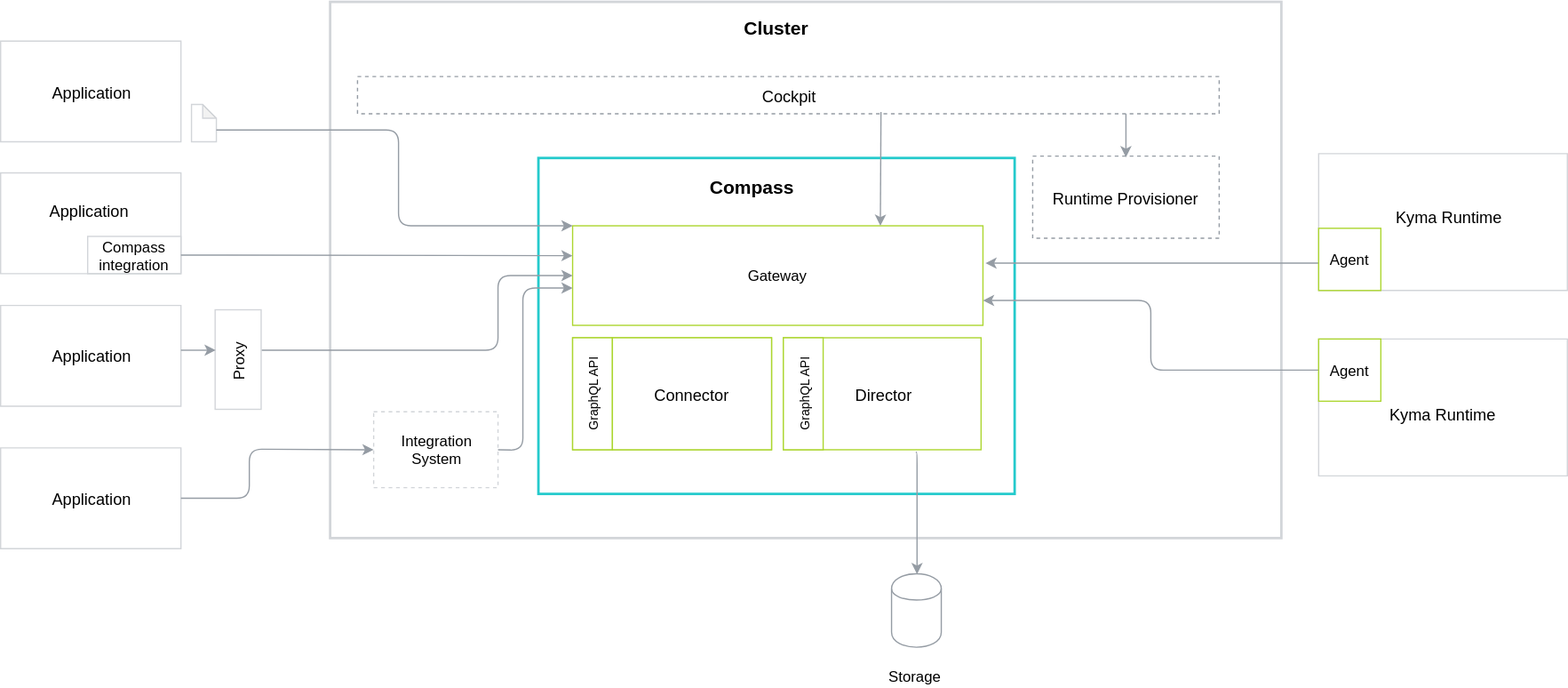
The draw.io diagram docs/compass/assets/components.svg in kyma-project/kyma, before a commit. Source tidied: cells renumbered, new cells last; positions are measured from the earlier drawing's top-left corner, leaving out a move shared by most shapes.
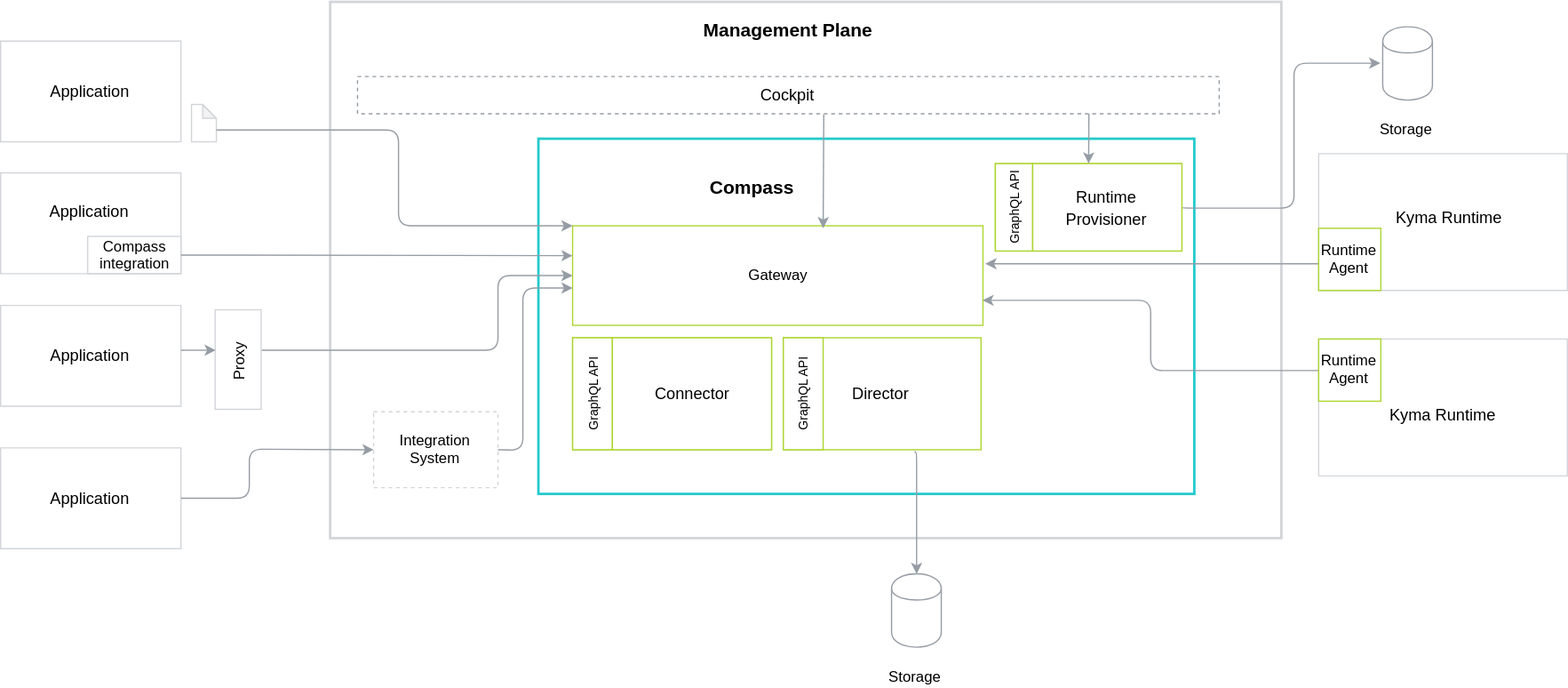
After the commit.

The edit, as a diff of the source:
```diff
@@ -6,7 +6,7 @@
       <mxGeometry x="265" width="765" height="431" as="geometry" />
     </mxCell>
     <mxCell id="3" style="rounded=0;whiteSpace=wrap;html=1;labelBackgroundColor=none;strokeColor=#24CACC;strokeWidth=2;fillColor=#FFFFFF;gradientColor=none;fontFamily=Helvetica;fontSize=15;fontColor=#000000;" parent="1" vertex="1">
-      <mxGeometry x="432.5" y="125.5" width="383" height="270" as="geometry" />
+      <mxGeometry x="432.5" y="110" width="527.5" height="285.5" as="geometry" />
     </mxCell>
     <mxCell id="4" style="group;strokeColor=#ACD62F;" parent="1" vertex="1">
       <mxGeometry x="460" y="270" width="160" height="90" as="geometry" />
@@ -32,8 +32,8 @@
     <mxCell id="11" value="&lt;font style=&quot;font-size: 13px&quot;&gt;Cockpit&lt;br&gt;&lt;/font&gt;" style="rounded=0;whiteSpace=wrap;html=1;labelBackgroundColor=none;strokeColor=#959CA4;strokeWidth=1;fillColor=#FFFFFF;gradientColor=none;fontFamily=Helvetica;fontSize=15;fontColor=#000000;dashed=1;" parent="1" vertex="1">
       <mxGeometry x="287" y="60" width="693" height="30" as="geometry" />
     </mxCell>
-    <mxCell id="12" value="&lt;b&gt;Cluster&lt;br&gt;&lt;/b&gt;" style="text;html=1;strokeColor=none;fillColor=none;align=center;verticalAlign=middle;whiteSpace=wrap;rounded=0;labelBackgroundColor=none;fontFamily=Helvetica;fontSize=15;fontColor=#000000;" parent="1" vertex="1">
-      <mxGeometry x="555" y="2.5" width="138" height="37" as="geometry" />
+    <mxCell id="12" value="&lt;b&gt;Management Plane&lt;br&gt;&lt;/b&gt;" style="text;html=1;strokeColor=none;fillColor=none;align=center;verticalAlign=middle;whiteSpace=wrap;rounded=0;labelBackgroundColor=none;fontFamily=Helvetica;fontSize=15;fontColor=#000000;" parent="1" vertex="1">
+      <mxGeometry x="555" y="3" width="155" height="37" as="geometry" />
     </mxCell>
     <mxCell id="13" style="edgeStyle=orthogonalEdgeStyle;jettySize=auto;html=1;entryX=0.5;entryY=0;entryDx=0;entryDy=0;startFill=0;strokeColor=#959CA4;strokeWidth=1;fontSize=15;exitX=0.67;exitY=1.017;exitDx=0;exitDy=0;exitPerimeter=0;" parent="1" edge="1" source="18" target="9">
       <mxGeometry relative="1" as="geometry">
@@ -42,9 +42,6 @@
         </Array>
       </mxGeometry>
     </mxCell>
-    <mxCell id="14" value="&lt;font style=&quot;font-size: 13px&quot;&gt;Runtime Provisioner&lt;br&gt;&lt;/font&gt;" style="rounded=0;whiteSpace=wrap;html=1;labelBackgroundColor=none;strokeColor=#959CA4;strokeWidth=1;fillColor=#FFFFFF;gradientColor=none;fontFamily=Helvetica;fontSize=15;fontColor=#000000;dashed=1;" parent="1" vertex="1">
-      <mxGeometry x="830" y="124" width="150" height="66" as="geometry" />
-    </mxCell>
     <mxCell id="15" value="&lt;font style=&quot;font-size: 13px&quot;&gt;Application&lt;/font&gt;" style="shape=parallelogram;perimeter=parallelogramPerimeter;whiteSpace=wrap;html=1;size=0;strokeColor=#D2D5D9;" parent="1" vertex="1">
       <mxGeometry y="31.5" width="145" height="81" as="geometry" />
     </mxCell>
@@ -121,11 +118,6 @@
         </Array>
       </mxGeometry>
     </mxCell>
-    <mxCell id="32" style="endArrow=classic;html=1;strokeColor=#959CA4;entryX=0.75;entryY=0;entryDx=0;entryDy=0;" parent="1" edge="1" target="17">
-      <mxGeometry relative="1" as="geometry">
-        <mxPoint x="708" y="88.5" as="sourcePoint" />
-      </mxGeometry>
-    </mxCell>
     <mxCell id="33" style="endArrow=classic;html=1;strokeColor=#959CA4;" parent="1" edge="1">
       <mxGeometry relative="1" as="geometry">
         <mxPoint x="145" y="280" as="sourcePoint" />
@@ -144,13 +136,13 @@
     <mxCell id="37" style="edgeStyle=orthogonalEdgeStyle;rounded=1;jettySize=auto;html=1;exitX=0;exitY=0.56;exitDx=0;exitDy=0;strokeColor=#959CA4;entryX=1.006;entryY=0.375;entryDx=0;entryDy=0;entryPerimeter=0;exitPerimeter=0;" parent="1" edge="1" source="38" target="17">
       <mxGeometry relative="1" as="geometry" />
     </mxCell>
-    <mxCell id="38" value="Agent" style="whiteSpace=wrap;html=1;strokeColor=#ACD62F;" parent="1" vertex="1">
+    <mxCell id="38" value="Runtime Agent" style="whiteSpace=wrap;html=1;strokeColor=#ACD62F;" parent="1" vertex="1">
       <mxGeometry x="1060" y="182" width="50" height="50" as="geometry" />
     </mxCell>
     <mxCell id="39" style="edgeStyle=orthogonalEdgeStyle;rounded=1;jettySize=auto;html=1;exitX=0;exitY=0.5;exitDx=0;exitDy=0;entryX=1;entryY=0.75;entryDx=0;entryDy=0;strokeColor=#959CA4;" parent="1" edge="1" source="40" target="17">
       <mxGeometry relative="1" as="geometry" />
     </mxCell>
-    <mxCell id="40" value="Agent" style="whiteSpace=wrap;html=1;strokeColor=#ACD62F;" parent="1" vertex="1">
+    <mxCell id="40" value="Runtime &lt;br&gt;Agent" style="whiteSpace=wrap;html=1;strokeColor=#ACD62F;" parent="1" vertex="1">
       <mxGeometry x="1060" y="271" width="50" height="50" as="geometry" />
     </mxCell>
     <mxCell id="41" value="&lt;font style=&quot;font-size: 13px&quot;&gt;Kyma Runtime&lt;/font&gt;" style="text;html=1;strokeColor=none;fillColor=none;align=center;verticalAlign=middle;whiteSpace=wrap;rounded=0;" parent="1" vertex="1">
@@ -159,10 +151,45 @@
     <mxCell id="42" value="&lt;font style=&quot;font-size: 13px&quot;&gt;Kyma Runtime&lt;/font&gt;" style="text;html=1;strokeColor=none;fillColor=none;align=center;verticalAlign=middle;whiteSpace=wrap;rounded=0;" parent="1" vertex="1">
       <mxGeometry x="1110" y="321" width="100" height="20" as="geometry" />
     </mxCell>
-    <mxCell id="43" style="endArrow=classic;html=1;strokeColor=#959CA4;entryX=0.5;entryY=0.015;entryDx=0;entryDy=0;entryPerimeter=0;" parent="1" edge="1" target="14">
-      <mxGeometry relative="1" as="geometry">
-        <mxPoint x="905" y="90" as="sourcePoint" />
-      </mxGeometry>
-    </mxCell>
+    <mxCell id="44" style="endArrow=classic;html=1;strokeColor=#959CA4;entryX=0.75;entryY=0;entryDx=0;entryDy=0;" parent="1" edge="1">
+      <mxGeometry relative="1" as="geometry">
+        <mxPoint x="662" y="90.5" as="sourcePoint" />
+        <mxPoint x="661.5" y="182" as="targetPoint" />
+      </mxGeometry>
+    </mxCell>
+    <mxCell id="45" style="group;" parent="1" vertex="1">
+      <mxGeometry x="1110" y="20" width="40" height="91" as="geometry" />
+    </mxCell>
+    <mxCell id="46" style="shape=cylinder;whiteSpace=wrap;html=1;boundedLbl=1;backgroundOutline=1;strokeColor=#959CA4;fontSize=15;fillColor=none;" parent="45" vertex="1">
+      <mxGeometry x="1.5" width="40" height="59" as="geometry" />
+    </mxCell>
+    <mxCell id="47" value="&lt;font style=&quot;font-size: 12px&quot;&gt;Storage&lt;br&gt;&lt;/font&gt;" style="text;html=1;strokeColor=none;fillColor=none;align=center;verticalAlign=middle;whiteSpace=wrap;rounded=0;dashed=1;labelBackgroundColor=none;fontFamily=Helvetica;fontSize=15;fontColor=#000000;" parent="45" vertex="1">
+      <mxGeometry y="71" width="40" height="20" as="geometry" />
+    </mxCell>
+    <mxCell id="48" style="edgeStyle=orthogonalEdgeStyle;jettySize=auto;html=1;startFill=0;strokeColor=#959CA4;strokeWidth=1;fontSize=15;exitX=1;exitY=0.5;exitDx=0;exitDy=0;" parent="1" edge="1" source="14">
+      <mxGeometry relative="1" as="geometry">
+        <mxPoint x="1110" y="49" as="targetPoint" />
+        <Array as="points">
+          <mxPoint x="950" y="166" />
+          <mxPoint x="1040" y="166" />
+          <mxPoint x="1040" y="49" />
+        </Array>
+      </mxGeometry>
+    </mxCell>
+    <mxCell id="49" style="group;strokeColor=#ACD62F;" parent="1" vertex="1">
+      <mxGeometry x="800" y="130" width="150" height="70.3" as="geometry" />
+    </mxCell>
+    <mxCell id="50" value="&lt;font&gt;&lt;font style=&quot;font-size: 10px&quot;&gt;GraphQL API&lt;/font&gt;&lt;br style=&quot;font-size: 12px&quot;&gt;&lt;/font&gt;" style="rounded=0;whiteSpace=wrap;html=1;labelBackgroundColor=none;strokeColor=#ACD62F;strokeWidth=1;fillColor=#FFFFFF;gradientColor=none;fontFamily=Helvetica;fontSize=12;fontColor=#000000;horizontal=0;" parent="49" vertex="1">
+      <mxGeometry width="30" height="70.3" as="geometry" />
+    </mxCell>
+    <mxCell id="14" value="&lt;font style=&quot;font-size: 13px&quot;&gt;Runtime Provisioner&lt;br&gt;&lt;/font&gt;" style="rounded=0;whiteSpace=wrap;html=1;labelBackgroundColor=none;strokeColor=#ACD62F;strokeWidth=1;fillColor=#FFFFFF;gradientColor=none;fontFamily=Helvetica;fontSize=15;fontColor=#000000;" parent="49" vertex="1">
+      <mxGeometry x="30" width="120" height="70.3" as="geometry" />
+    </mxCell>
+    <mxCell id="51" style="endArrow=classic;html=1;strokeColor=#959CA4;" parent="1" edge="1">
+      <mxGeometry relative="1" as="geometry">
+        <mxPoint x="875.2" y="90" as="sourcePoint" />
+        <mxPoint x="875" y="130" as="targetPoint" />
+      </mxGeometry>
+    </mxCell>
   </root>
 </mxGraphModel>
```
